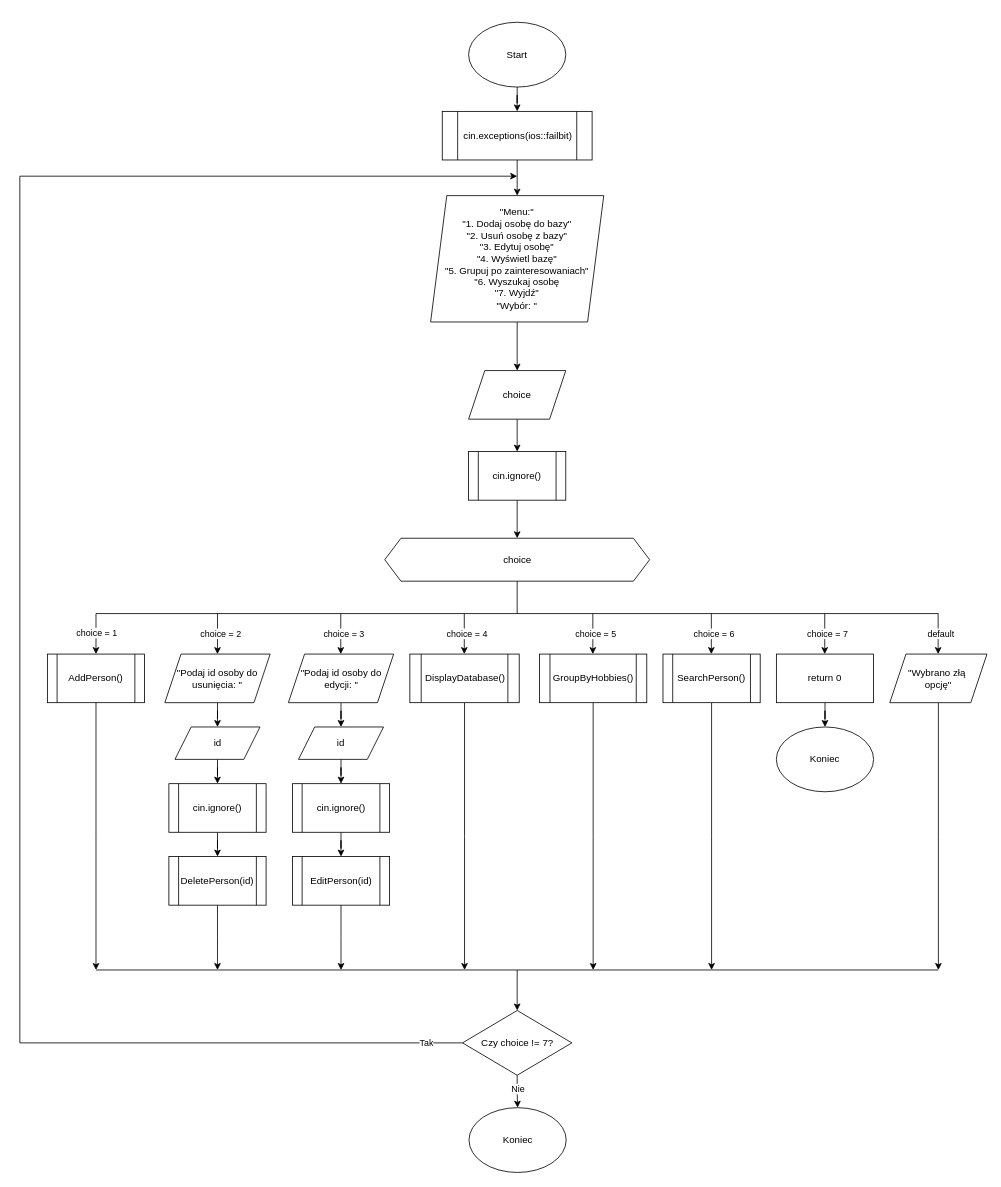
This is schematy/MenuDisplay.drawio from NoxerdieS/Projekt-system-adres-w, a draw.io file, before an edit. Source tidied: cells renumbered, new cells numbered last; positions are measured from the earlier drawing's top-left corner, leaving out a move shared by most shapes. Both pictures are drawn from the tidied source at 81%, with x=0, y=0 at pixel (19, 22).
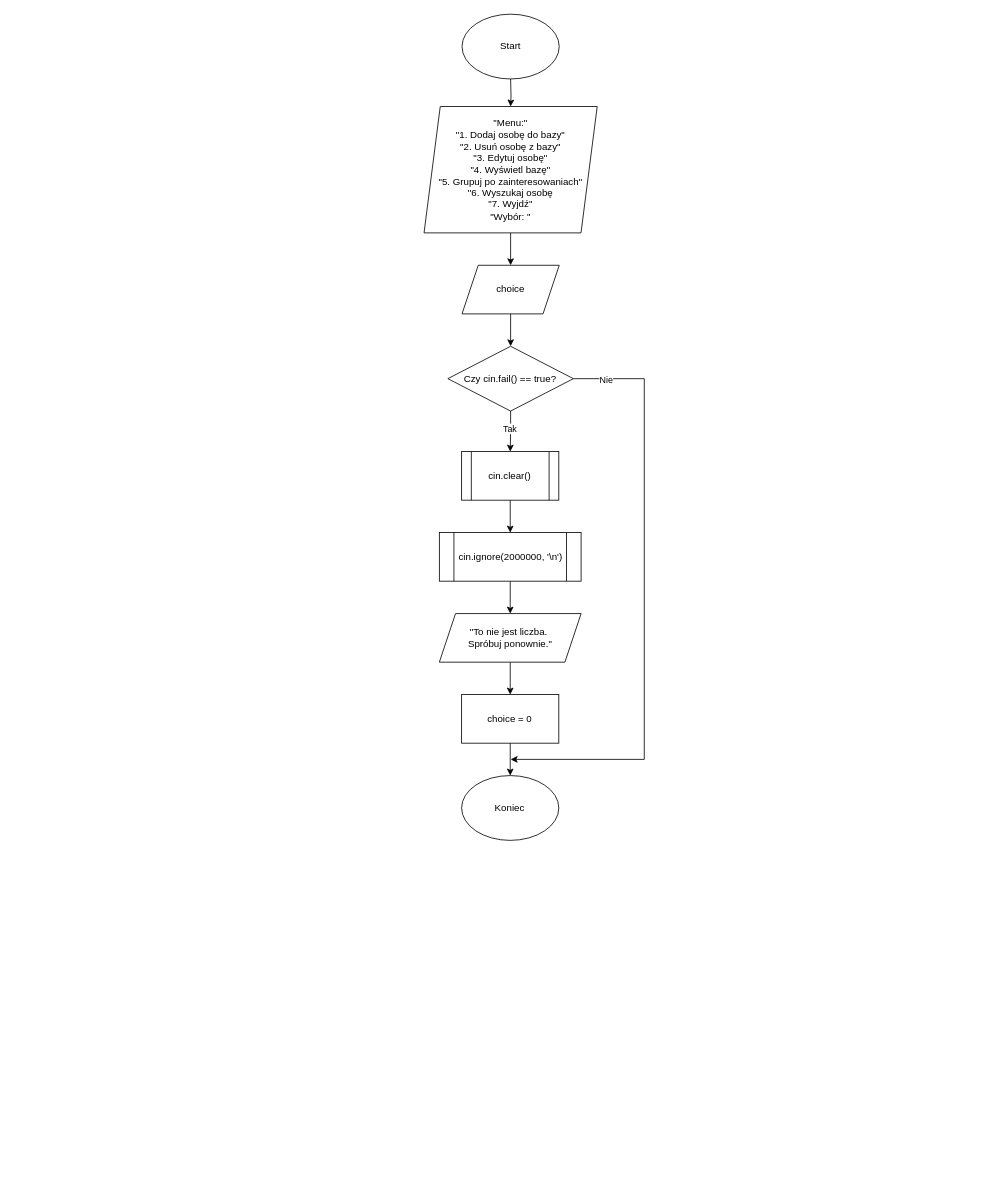
Above is the later version.

Diff of the diagram source:
```diff
@@
-    <mxCell id="2" style="edgeStyle=orthogonalEdgeStyle;rounded=0;jettySize=auto;html=1;" parent="1" edge="1" source="3" target="5">
-      <mxGeometry relative="1" as="geometry" />
-    </mxCell>
     <mxCell id="3" value="Start" style="ellipse;whiteSpace=wrap;html=1;" parent="1" vertex="1">
-      <mxGeometry x="554" width="120" height="80" as="geometry" />
+      <mxGeometry x="545.9" y="-10" width="120" height="80" as="geometry" />
     </mxCell>
-    <mxCell id="4" style="edgeStyle=orthogonalEdgeStyle;rounded=0;jettySize=auto;html=1;" parent="1" edge="1" source="5" target="7">
-      <mxGeometry relative="1" as="geometry" />
+    <mxCell id="4" style="edgeStyle=orthogonalEdgeStyle;rounded=0;jettySize=auto;html=1;" parent="1" edge="1" target="7">
+      <mxGeometry relative="1" as="geometry">
+        <mxPoint x="605.9" y="70" as="sourcePoint" />
+      </mxGeometry>
     </mxCell>
-    <mxCell id="5" value="cin.exceptions(ios::failbit)" style="shape=process;whiteSpace=wrap;html=1;backgroundOutline=1;" parent="1" vertex="1">
-      <mxGeometry x="521.5" y="110" width="185" height="60" as="geometry" />
-    </mxCell>
@@
     <mxCell id="7" value="&lt;div&gt;&lt;span style=&quot;background-color: transparent; color: light-dark(rgb(0, 0, 0), rgb(255, 255, 255));&quot;&gt;&quot;Menu:&quot;&lt;/span&gt;&lt;/div&gt;&lt;div&gt;&lt;span style=&quot;background-color: transparent; color: light-dark(rgb(0, 0, 0), rgb(255, 255, 255));&quot;&gt;&quot;1. Dodaj osobę do bazy&quot;&lt;/span&gt;&lt;/div&gt;&lt;div&gt;&quot;2. Usuń osobę z bazy&quot;&lt;/div&gt;&lt;div&gt;&lt;span style=&quot;background-color: transparent; color: light-dark(rgb(0, 0, 0), rgb(255, 255, 255));&quot;&gt;&quot;3. Edytuj osobę&quot;&lt;/span&gt;&lt;/div&gt;&lt;div&gt;&lt;span style=&quot;background-color: transparent; color: light-dark(rgb(0, 0, 0), rgb(255, 255, 255));&quot;&gt;&quot;4. Wyświetl bazę&quot;&lt;/span&gt;&lt;/div&gt;&lt;div&gt;&quot;5. Grupuj po zainteresowaniach&quot;&lt;/div&gt;&lt;div&gt;&lt;span style=&quot;background-color: transparent; color: light-dark(rgb(0, 0, 0), rgb(255, 255, 255));&quot;&gt;&quot;6. Wyszukaj osobę&lt;/span&gt;&lt;/div&gt;&lt;div&gt;&lt;span style=&quot;background-color: transparent; color: light-dark(rgb(0, 0, 0), rgb(255, 255, 255));&quot;&gt;&quot;7. Wyjdź&quot;&lt;/span&gt;&lt;/div&gt;&lt;div&gt;&lt;span style=&quot;background-color: transparent; color: light-dark(rgb(0, 0, 0), rgb(255, 255, 255));&quot;&gt;&quot;Wybór: &quot;&lt;/span&gt;&lt;/div&gt;" style="shape=parallelogram;perimeter=parallelogramPerimeter;whiteSpace=wrap;html=1;fixedSize=1;align=center;" parent="1" vertex="1">
-      <mxGeometry x="507.1" y="214" width="213.8" height="156" as="geometry" />
+      <mxGeometry x="499" y="104" width="213.8" height="156" as="geometry" />
     </mxCell>
-    <mxCell id="8" style="edgeStyle=orthogonalEdgeStyle;rounded=0;jettySize=auto;html=1;" parent="1" edge="1" source="9" target="11">
-      <mxGeometry relative="1" as="geometry" />
-    </mxCell>
+    <mxCell id="68" style="edgeStyle=orthogonalEdgeStyle;rounded=0;jettySize=auto;html=1;" parent="1" edge="1" source="9" target="71">
+      <mxGeometry relative="1" as="geometry" />
+    </mxCell>
     <mxCell id="9" value="choice" style="shape=parallelogram;perimeter=parallelogramPerimeter;whiteSpace=wrap;html=1;fixedSize=1;" parent="1" vertex="1">
-      <mxGeometry x="554" y="430" width="120" height="60" as="geometry" />
+      <mxGeometry x="545.9" y="300" width="120" height="60" as="geometry" />
     </mxCell>
-    <mxCell id="10" style="edgeStyle=orthogonalEdgeStyle;rounded=0;jettySize=auto;html=1;" parent="1" edge="1" source="11" target="12">
-      <mxGeometry relative="1" as="geometry" />
-    </mxCell>
-    <mxCell id="11" value="cin.ignore()" style="shape=process;whiteSpace=wrap;html=1;backgroundOutline=1;" parent="1" vertex="1">
-      <mxGeometry x="554" y="530" width="120" height="60" as="geometry" />
-    </mxCell>
-    <mxCell id="12" value="choice" style="shape=hexagon;perimeter=hexagonPerimeter2;whiteSpace=wrap;html=1;fixedSize=1;" parent="1" vertex="1">
-      <mxGeometry x="450.5" y="637" width="327" height="53" as="geometry" />
-    </mxCell>
-    <mxCell id="13" style="edgeStyle=orthogonalEdgeStyle;rounded=0;jettySize=auto;html=1;" parent="1" edge="1" source="14">
-      <mxGeometry relative="1" as="geometry">
-        <mxPoint x="549" y="1170" as="targetPoint" />
-      </mxGeometry>
-    </mxCell>
-    <mxCell id="14" value="DisplayDatabase()" style="shape=process;whiteSpace=wrap;html=1;backgroundOutline=1;" parent="1" vertex="1">
-      <mxGeometry x="481.5" y="780" width="135" height="60" as="geometry" />
-    </mxCell>
-    <mxCell id="15" style="edgeStyle=orthogonalEdgeStyle;rounded=0;jettySize=auto;html=1;" parent="1" edge="1" source="16">
-      <mxGeometry relative="1" as="geometry">
-        <mxPoint x="707.8" y="1170" as="targetPoint" />
-      </mxGeometry>
-    </mxCell>
-    <mxCell id="16" value="GroupByHobbies()" style="shape=process;whiteSpace=wrap;html=1;backgroundOutline=1;" parent="1" vertex="1">
-      <mxGeometry x="641.5" y="780" width="132.5" height="60" as="geometry" />
-    </mxCell>
-    <mxCell id="17" style="edgeStyle=orthogonalEdgeStyle;rounded=0;jettySize=auto;html=1;" parent="1" edge="1" source="18">
-      <mxGeometry relative="1" as="geometry">
-        <mxPoint x="854" y="1170" as="targetPoint" />
-      </mxGeometry>
-    </mxCell>
-    <mxCell id="18" value="SearchPerson()" style="shape=process;whiteSpace=wrap;html=1;backgroundOutline=1;" parent="1" vertex="1">
-      <mxGeometry x="794" y="780" width="120" height="60" as="geometry" />
-    </mxCell>
-    <mxCell id="19" style="edgeStyle=orthogonalEdgeStyle;rounded=0;jettySize=auto;html=1;" parent="1" edge="1" source="20">
-      <mxGeometry relative="1" as="geometry">
-        <mxPoint x="244" y="1170" as="targetPoint" />
-      </mxGeometry>
-    </mxCell>
-    <mxCell id="20" value="DeletePerson(id)" style="shape=process;whiteSpace=wrap;html=1;backgroundOutline=1;" parent="1" vertex="1">
-      <mxGeometry x="184" y="1030" width="120" height="60" as="geometry" />
-    </mxCell>
-    <mxCell id="21" style="edgeStyle=orthogonalEdgeStyle;rounded=0;jettySize=auto;html=1;" parent="1" edge="1" source="22">
-      <mxGeometry relative="1" as="geometry">
-        <mxPoint x="94" y="1170" as="targetPoint" />
-      </mxGeometry>
-    </mxCell>
-    <mxCell id="22" value="AddPerson()" style="shape=process;whiteSpace=wrap;html=1;backgroundOutline=1;" parent="1" vertex="1">
-      <mxGeometry x="34" y="780" width="120" height="60" as="geometry" />
-    </mxCell>
-    <mxCell id="23" style="edgeStyle=orthogonalEdgeStyle;rounded=0;jettySize=auto;html=1;" parent="1" edge="1" source="27" target="28">
-      <mxGeometry relative="1" as="geometry" />
-    </mxCell>
+    <mxCell id="69" style="edgeStyle=orthogonalEdgeStyle;rounded=0;jettySize=auto;html=1;exitX=0.5;exitY=1;exitDx=0;exitDy=0;" parent="1" edge="1" source="71" target="73">
+      <mxGeometry relative="1" as="geometry" />
+    </mxCell>
+    <mxCell id="26" value="Tak" style="edgeLabel;html=1;align=center;verticalAlign=middle;" parent="69" vertex="1">
+      <mxGeometry x="-0.15" y="1" relative="1" as="geometry">
+        <mxPoint x="-2" as="offset" />
+      </mxGeometry>
+    </mxCell>
+    <mxCell id="70" style="edgeStyle=orthogonalEdgeStyle;rounded=0;jettySize=auto;html=1;" parent="1" edge="1" source="71">
+      <mxGeometry relative="1" as="geometry">
+        <mxPoint x="605.9" y="910" as="targetPoint" />
+        <Array as="points">
+          <mxPoint x="770.9" y="440" />
+          <mxPoint x="770.9" y="910" />
+        </Array>
+      </mxGeometry>
+    </mxCell>
-    <mxCell id="24" value="Nie" style="edgeLabel;html=1;align=center;verticalAlign=middle;" parent="23" vertex="1">
-      <mxGeometry x="-0.21" relative="1" as="geometry" />
+    <mxCell id="24" value="Nie" style="edgeLabel;html=1;align=center;verticalAlign=middle;" parent="70" vertex="1">
+      <mxGeometry x="-0.89" y="-1" relative="1" as="geometry" />
     </mxCell>
-    <mxCell id="25" style="edgeStyle=orthogonalEdgeStyle;rounded=0;jettySize=auto;html=1;" parent="1" edge="1" source="27">
-      <mxGeometry relative="1" as="geometry">
-        <mxPoint x="614" y="190" as="targetPoint" />
-        <Array as="points">
-          <mxPoint y="1260" />
-        </Array>
-      </mxGeometry>
-    </mxCell>
-    <mxCell id="26" value="Tak" style="edgeLabel;html=1;align=center;verticalAlign=middle;" parent="25" vertex="1">
-      <mxGeometry x="-0.96" y="-1" relative="1" as="geometry" />
-    </mxCell>
-    <mxCell id="27" value="Czy choice != 7?" style="rhombus;whiteSpace=wrap;html=1;" parent="1" vertex="1">
-      <mxGeometry x="546.5" y="1220" width="135" height="80" as="geometry" />
-    </mxCell>
-    <mxCell id="28" value="Koniec" style="ellipse;whiteSpace=wrap;html=1;" parent="1" vertex="1">
-      <mxGeometry x="554.5" y="1340" width="120" height="80" as="geometry" />
-    </mxCell>
-    <mxCell id="29" style="endArrow=none;html=1;rounded=0;" parent="1" edge="1">
-      <mxGeometry relative="1" as="geometry">
-        <mxPoint x="94" y="730" as="sourcePoint" />
-        <mxPoint x="1134" y="730" as="targetPoint" />
-      </mxGeometry>
-    </mxCell>
-    <mxCell id="30" style="endArrow=classic;html=1;rounded=0;entryX=0.5;entryY=0;entryDx=0;entryDy=0;" parent="1" edge="1" target="22">
-      <mxGeometry relative="1" as="geometry">
-        <mxPoint x="94" y="730" as="sourcePoint" />
-      </mxGeometry>
-    </mxCell>
-    <mxCell id="31" value="choice = 1" style="edgeLabel;html=1;align=center;verticalAlign=middle;" parent="30" vertex="1">
-      <mxGeometry x="-0.08" relative="1" as="geometry" />
-    </mxCell>
-    <mxCell id="32" style="edgeStyle=orthogonalEdgeStyle;rounded=0;jettySize=auto;html=1;" parent="1" edge="1" source="33" target="35">
-      <mxGeometry relative="1" as="geometry" />
-    </mxCell>
-    <mxCell id="33" value="&quot;Podaj id osoby do usunięcia: &quot;" style="shape=parallelogram;perimeter=parallelogramPerimeter;whiteSpace=wrap;html=1;fixedSize=1;" parent="1" vertex="1">
-      <mxGeometry x="179" y="780" width="130" height="60" as="geometry" />
-    </mxCell>
-    <mxCell id="34" style="edgeStyle=orthogonalEdgeStyle;rounded=0;jettySize=auto;html=1;" parent="1" edge="1" source="35" target="37">
-      <mxGeometry relative="1" as="geometry" />
-    </mxCell>
-    <mxCell id="35" value="id" style="shape=parallelogram;perimeter=parallelogramPerimeter;whiteSpace=wrap;html=1;fixedSize=1;" parent="1" vertex="1">
-      <mxGeometry x="191.5" y="870" width="105" height="40" as="geometry" />
-    </mxCell>
-    <mxCell id="36" style="edgeStyle=orthogonalEdgeStyle;rounded=0;jettySize=auto;html=1;" parent="1" edge="1" source="37" target="20">
-      <mxGeometry relative="1" as="geometry" />
-    </mxCell>
-    <mxCell id="37" value="cin.ignore()" style="shape=process;whiteSpace=wrap;html=1;backgroundOutline=1;" parent="1" vertex="1">
-      <mxGeometry x="184" y="940" width="120" height="60" as="geometry" />
-    </mxCell>
-    <mxCell id="38" style="edgeStyle=orthogonalEdgeStyle;rounded=0;jettySize=auto;html=1;" parent="1" edge="1" source="39">
-      <mxGeometry relative="1" as="geometry">
-        <mxPoint x="396.5" y="1170" as="targetPoint" />
-      </mxGeometry>
-    </mxCell>
-    <mxCell id="39" value="EditPerson(id)" style="shape=process;whiteSpace=wrap;html=1;backgroundOutline=1;" parent="1" vertex="1">
-      <mxGeometry x="336.5" y="1030" width="120" height="60" as="geometry" />
-    </mxCell>
-    <mxCell id="40" style="edgeStyle=orthogonalEdgeStyle;rounded=0;jettySize=auto;html=1;" parent="1" edge="1" source="41" target="43">
-      <mxGeometry relative="1" as="geometry" />
-    </mxCell>
-    <mxCell id="41" value="id" style="shape=parallelogram;perimeter=parallelogramPerimeter;whiteSpace=wrap;html=1;fixedSize=1;" parent="1" vertex="1">
-      <mxGeometry x="344" y="870" width="105" height="40" as="geometry" />
-    </mxCell>
-    <mxCell id="42" style="edgeStyle=orthogonalEdgeStyle;rounded=0;jettySize=auto;html=1;" parent="1" edge="1" source="43" target="39">
-      <mxGeometry relative="1" as="geometry" />
-    </mxCell>
-    <mxCell id="43" value="cin.ignore()" style="shape=process;whiteSpace=wrap;html=1;backgroundOutline=1;" parent="1" vertex="1">
-      <mxGeometry x="336.5" y="940" width="120" height="60" as="geometry" />
-    </mxCell>
-    <mxCell id="44" style="edgeStyle=orthogonalEdgeStyle;rounded=0;jettySize=auto;html=1;entryX=0.5;entryY=0;entryDx=0;entryDy=0;" parent="1" edge="1" source="45" target="41">
-      <mxGeometry relative="1" as="geometry" />
-    </mxCell>
-    <mxCell id="45" value="&quot;Podaj id osoby do edycji: &quot;" style="shape=parallelogram;perimeter=parallelogramPerimeter;whiteSpace=wrap;html=1;fixedSize=1;" parent="1" vertex="1">
-      <mxGeometry x="331.5" y="780" width="130" height="60" as="geometry" />
-    </mxCell>
-    <mxCell id="46" style="endArrow=classic;html=1;rounded=0;entryX=0.5;entryY=0;entryDx=0;entryDy=0;" parent="1" edge="1" target="33">
-      <mxGeometry relative="1" as="geometry">
-        <mxPoint x="244" y="730" as="sourcePoint" />
-      </mxGeometry>
-    </mxCell>
-    <mxCell id="47" value="choice = 2" style="edgeLabel;html=1;align=center;verticalAlign=middle;" parent="46" vertex="1">
-      <mxGeometry x="-0.04" y="3" relative="1" as="geometry" />
-    </mxCell>
-    <mxCell id="48" style="endArrow=classic;html=1;rounded=0;entryX=0.5;entryY=0;entryDx=0;entryDy=0;" parent="1" edge="1">
-      <mxGeometry relative="1" as="geometry">
-        <mxPoint x="396.2" y="730" as="sourcePoint" />
-        <mxPoint x="396.2" y="780" as="targetPoint" />
-      </mxGeometry>
-    </mxCell>
-    <mxCell id="49" value="choice = 3" style="edgeLabel;html=1;align=center;verticalAlign=middle;" parent="48" vertex="1">
-      <mxGeometry x="-0.04" y="3" relative="1" as="geometry" />
-    </mxCell>
-    <mxCell id="50" style="edgeStyle=orthogonalEdgeStyle;rounded=0;jettySize=auto;html=1;" parent="1" edge="1" source="51" target="61">
-      <mxGeometry relative="1" as="geometry" />
-    </mxCell>
-    <mxCell id="51" value="return 0" style="rounded=0;whiteSpace=wrap;html=1;" parent="1" vertex="1">
-      <mxGeometry x="934" y="780" width="120" height="60" as="geometry" />
-    </mxCell>
-    <mxCell id="52" style="endArrow=classic;html=1;rounded=0;entryX=0.5;entryY=0;entryDx=0;entryDy=0;" parent="1" edge="1">
-      <mxGeometry relative="1" as="geometry">
-        <mxPoint x="548.7" y="730" as="sourcePoint" />
-        <mxPoint x="548.7" y="780" as="targetPoint" />
-      </mxGeometry>
-    </mxCell>
-    <mxCell id="53" value="choice = 4" style="edgeLabel;html=1;align=center;verticalAlign=middle;" parent="52" vertex="1">
-      <mxGeometry x="-0.04" y="3" relative="1" as="geometry" />
-    </mxCell>
-    <mxCell id="54" style="endArrow=classic;html=1;rounded=0;entryX=0.5;entryY=0;entryDx=0;entryDy=0;" parent="1" edge="1">
-      <mxGeometry relative="1" as="geometry">
-        <mxPoint x="707.4" y="730" as="sourcePoint" />
-        <mxPoint x="707.4" y="780" as="targetPoint" />
-      </mxGeometry>
-    </mxCell>
-    <mxCell id="55" value="choice = 5" style="edgeLabel;html=1;align=center;verticalAlign=middle;" parent="54" vertex="1">
-      <mxGeometry x="-0.04" y="3" relative="1" as="geometry" />
-    </mxCell>
-    <mxCell id="56" style="endArrow=classic;html=1;rounded=0;entryX=0.5;entryY=0;entryDx=0;entryDy=0;" parent="1" edge="1">
-      <mxGeometry relative="1" as="geometry">
-        <mxPoint x="853.7" y="730" as="sourcePoint" />
-        <mxPoint x="853.7" y="780" as="targetPoint" />
-      </mxGeometry>
-    </mxCell>
-    <mxCell id="57" value="choice = 6" style="edgeLabel;html=1;align=center;verticalAlign=middle;" parent="56" vertex="1">
-      <mxGeometry x="-0.04" y="3" relative="1" as="geometry" />
-    </mxCell>
-    <mxCell id="58" style="endArrow=classic;html=1;rounded=0;entryX=0.5;entryY=0;entryDx=0;entryDy=0;" parent="1" edge="1">
-      <mxGeometry relative="1" as="geometry">
-        <mxPoint x="993.7" y="730" as="sourcePoint" />
-        <mxPoint x="993.7" y="780" as="targetPoint" />
-      </mxGeometry>
-    </mxCell>
-    <mxCell id="59" value="choice = 7" style="edgeLabel;html=1;align=center;verticalAlign=middle;" parent="58" vertex="1">
-      <mxGeometry x="-0.04" y="3" relative="1" as="geometry" />
-    </mxCell>
-    <mxCell id="60" style="endArrow=none;html=1;rounded=0;entryX=0.5;entryY=1;entryDx=0;entryDy=0;" parent="1" edge="1" target="12">
-      <mxGeometry relative="1" as="geometry">
-        <mxPoint x="614" y="730" as="sourcePoint" />
-      </mxGeometry>
-    </mxCell>
-    <mxCell id="61" value="Koniec" style="ellipse;whiteSpace=wrap;html=1;" parent="1" vertex="1">
-      <mxGeometry x="934" y="870" width="120" height="80" as="geometry" />
-    </mxCell>
-    <mxCell id="62" style="edgeStyle=orthogonalEdgeStyle;rounded=0;jettySize=auto;html=1;" parent="1" edge="1" source="63">
-      <mxGeometry relative="1" as="geometry">
-        <mxPoint x="1134" y="1170" as="targetPoint" />
-      </mxGeometry>
-    </mxCell>
-    <mxCell id="63" value="&quot;Wybrano złą&amp;nbsp;&lt;div&gt;opcję&quot;&lt;/div&gt;" style="shape=parallelogram;perimeter=parallelogramPerimeter;whiteSpace=wrap;html=1;fixedSize=1;" parent="1" vertex="1">
-      <mxGeometry x="1074" y="780" width="120" height="60" as="geometry" />
-    </mxCell>
-    <mxCell id="64" style="endArrow=classic;html=1;rounded=0;entryX=0.5;entryY=0;entryDx=0;entryDy=0;" parent="1" edge="1">
-      <mxGeometry relative="1" as="geometry">
-        <mxPoint x="1133.7" y="730" as="sourcePoint" />
-        <mxPoint x="1133.7" y="780" as="targetPoint" />
-      </mxGeometry>
-    </mxCell>
-    <mxCell id="65" value="default" style="edgeLabel;html=1;align=center;verticalAlign=middle;" parent="64" vertex="1">
-      <mxGeometry x="-0.04" y="3" relative="1" as="geometry" />
-    </mxCell>
-    <mxCell id="66" style="endArrow=none;html=1;rounded=0;" parent="1" edge="1">
-      <mxGeometry relative="1" as="geometry">
-        <mxPoint x="94" y="1170" as="sourcePoint" />
-        <mxPoint x="1134" y="1170" as="targetPoint" />
-      </mxGeometry>
-    </mxCell>
-    <mxCell id="67" style="endArrow=classic;html=1;rounded=0;entryX=0.5;entryY=0;entryDx=0;entryDy=0;" parent="1" edge="1" target="27">
-      <mxGeometry relative="1" as="geometry">
-        <mxPoint x="614" y="1170" as="sourcePoint" />
-      </mxGeometry>
-    </mxCell>
+    <mxCell id="71" value="Czy cin.fail() == true?" style="rhombus;whiteSpace=wrap;html=1;" parent="1" vertex="1">
+      <mxGeometry x="528.4" y="400" width="155" height="80" as="geometry" />
+    </mxCell>
+    <mxCell id="72" style="edgeStyle=orthogonalEdgeStyle;rounded=0;jettySize=auto;html=1;" parent="1" edge="1" source="73" target="75">
+      <mxGeometry relative="1" as="geometry" />
+    </mxCell>
+    <mxCell id="73" value="cin.clear()" style="shape=process;whiteSpace=wrap;html=1;backgroundOutline=1;" parent="1" vertex="1">
+      <mxGeometry x="545.4" y="530" width="120" height="60" as="geometry" />
+    </mxCell>
+    <mxCell id="74" style="edgeStyle=orthogonalEdgeStyle;rounded=0;jettySize=auto;html=1;" parent="1" edge="1" source="75" target="77">
+      <mxGeometry relative="1" as="geometry" />
+    </mxCell>
+    <mxCell id="75" value="cin.ignore(2000000, '\n')" style="shape=process;whiteSpace=wrap;html=1;backgroundOutline=1;" parent="1" vertex="1">
+      <mxGeometry x="517.9" y="630" width="175" height="60" as="geometry" />
+    </mxCell>
+    <mxCell id="76" style="edgeStyle=orthogonalEdgeStyle;rounded=0;jettySize=auto;html=1;" parent="1" edge="1" source="77" target="79">
+      <mxGeometry relative="1" as="geometry" />
+    </mxCell>
+    <mxCell id="77" value="&quot;To nie jest liczba.&amp;nbsp;&lt;div&gt;Spróbuj ponownie.&quot;&lt;/div&gt;" style="shape=parallelogram;perimeter=parallelogramPerimeter;whiteSpace=wrap;html=1;fixedSize=1;" parent="1" vertex="1">
+      <mxGeometry x="517.9" y="730" width="175" height="60" as="geometry" />
+    </mxCell>
+    <mxCell id="78" style="edgeStyle=orthogonalEdgeStyle;rounded=0;jettySize=auto;html=1;" parent="1" edge="1" source="79" target="80">
+      <mxGeometry relative="1" as="geometry" />
+    </mxCell>
+    <mxCell id="79" value="choice = 0" style="rounded=0;whiteSpace=wrap;html=1;" parent="1" vertex="1">
+      <mxGeometry x="545.4" y="830" width="120" height="60" as="geometry" />
+    </mxCell>
+    <mxCell id="80" value="Koniec" style="ellipse;whiteSpace=wrap;html=1;" parent="1" vertex="1">
+      <mxGeometry x="545.4" y="930" width="120" height="80" as="geometry" />
+    </mxCell>
```
